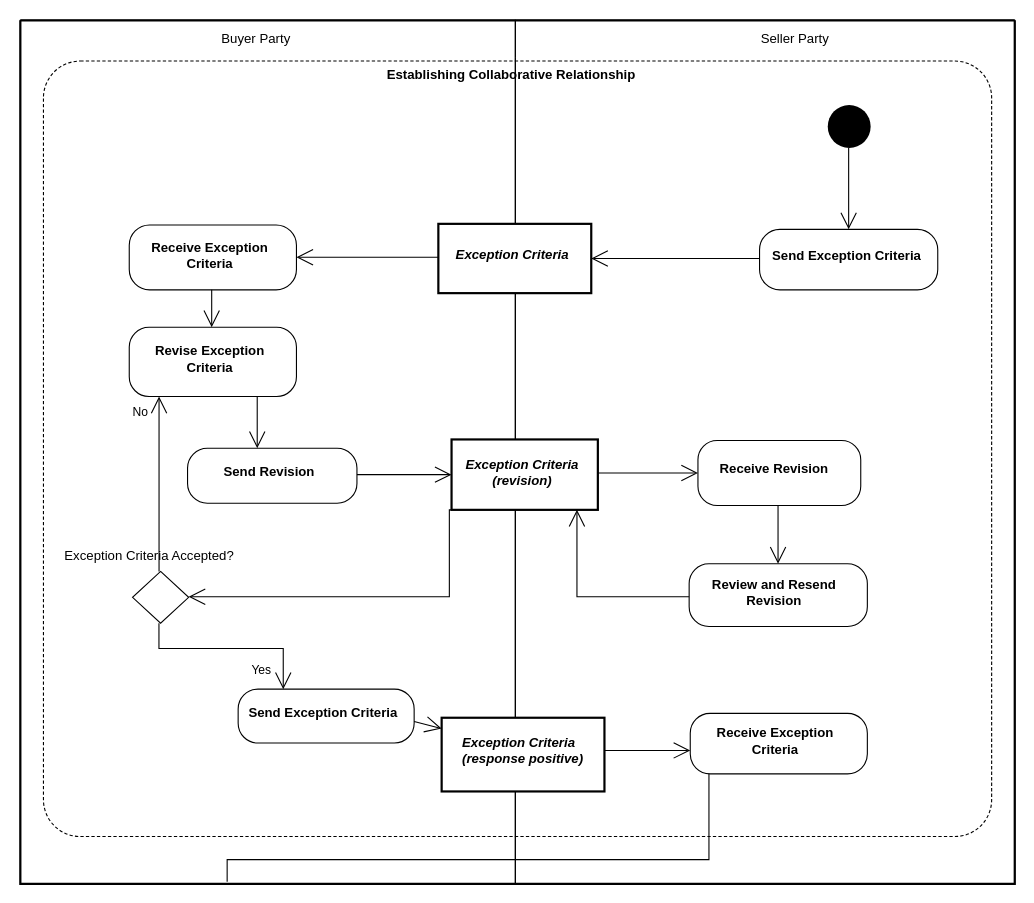
Earlier version of the draw.io diagram diagrams/UBL-2.2-CPFR-EstablishingCollaborativeRelationships/UBL-2.2-CPFR-EstablishingCollaborativeRelationships.drawio (kduvekot/ubl-work-on-svg-images). Source tidied: cells renumbered, new cells numbered last; positions are measured from the earlier drawing's top-left corner, leaving out a move shared by most shapes. Both pictures are drawn from the tidied source at 110%, with x=0, y=0 at pixel (20, 20).
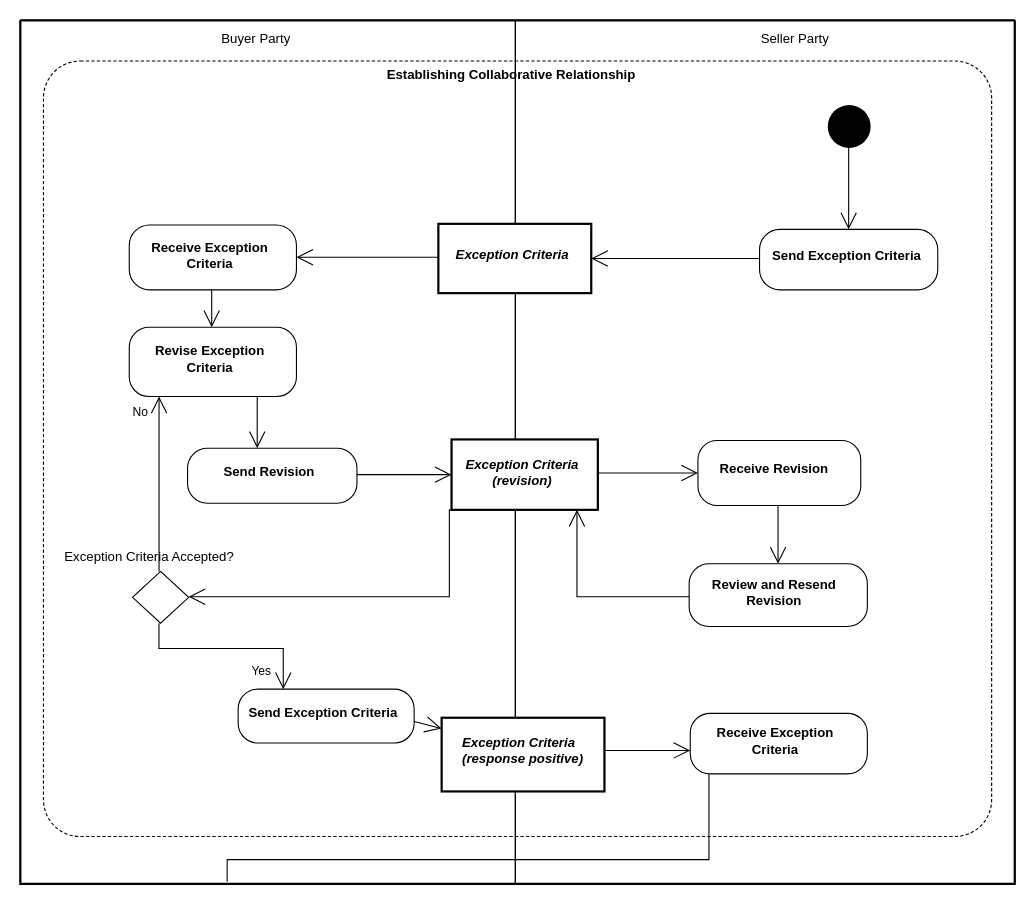
The same diagram, later.

The change refers to these unchanged cells:
```xml
<mxCell id="4" value="Buyer Party" style="swimlane;horizontal=1;startSize=34;swimlaneLine=0;html=1;fillColor=none;fontStyle=0;spacing=0;spacingRight=22;" parent="2" vertex="1">
  <mxGeometry width="450" height="785" as="geometry" />
</mxCell>
<mxCell id="16" value="Send Exception Criteria" style="rounded=1;absoluteArcSize=1;arcSize=36;html=1;whiteSpace=nowrap;fontStyle=1;align=center;verticalAlign=middle;spacing=0;spacingRight=7;spacingBottom=5;" parent="4" vertex="1">
  <mxGeometry x="198" y="608" width="160" height="49" as="geometry" />
</mxCell>
```

Change to the diagram source:
```diff
@@
-    <mxCell id="15" value="Exception Criteria Accepted?" style="rhombus;html=1;whiteSpace=nowrap;fontStyle=0;align=center;verticalAlign=middle;spacing=0;spacingRight=22;spacingBottom=76;" parent="4" vertex="1">
+    <mxCell id="15" value="Exception Criteria Accepted?" style="rhombus;html=1;whiteSpace=nowrap;fontStyle=0;align=center;verticalAlign=middle;spacing=0;spacingRight=22;spacingBottom=74;" parent="4" vertex="1">
       <mxGeometry x="102" y="501" width="51" height="47" as="geometry" />
     </mxCell>
@@
     <mxCell id="30" value="Yes" style="edgeStyle=orthogonalEdgeStyle;rounded=0;html=1;endArrow=open;endFill=0;endSize=13;exitPerimeter=0;entryPerimeter=0;fontStyle=0;align=center;verticalAlign=middle;labelBackgroundColor=none;exitX=0.470588;exitY=1;entryX=0.25625;entryY=0;" parent="4" edge="1" source="15" target="16">
       <mxGeometry x="0.34" relative="1" as="geometry">
         <Array as="points">
           <mxPoint x="126" y="571" />
           <mxPoint x="239" y="571" />
         </Array>
-        <mxPoint y="20" as="offset" />
+        <mxPoint y="21" as="offset" />
       </mxGeometry>
     </mxCell>
```
